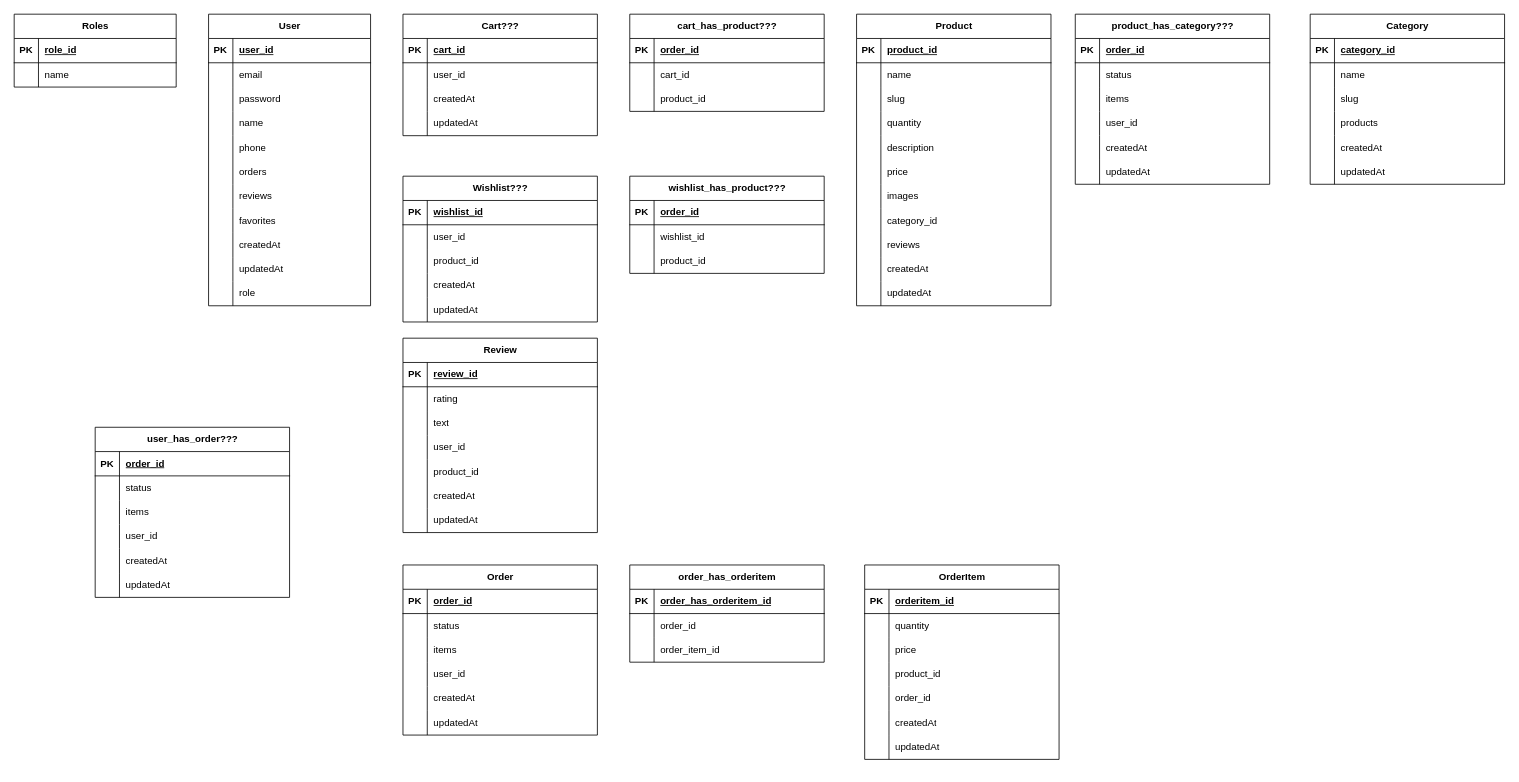
danilovvvladimir/quasar keeps this draw.io diagram as docs/ECommerce-ER.drawio. Above is the earlier version. Source tidied: cells renumbered, new cells numbered last; positions are measured from the earlier drawing's top-left corner, leaving out a move shared by most shapes. Both pictures are drawn from the tidied source at 81%, with x=0, y=0 at pixel (14, 14).
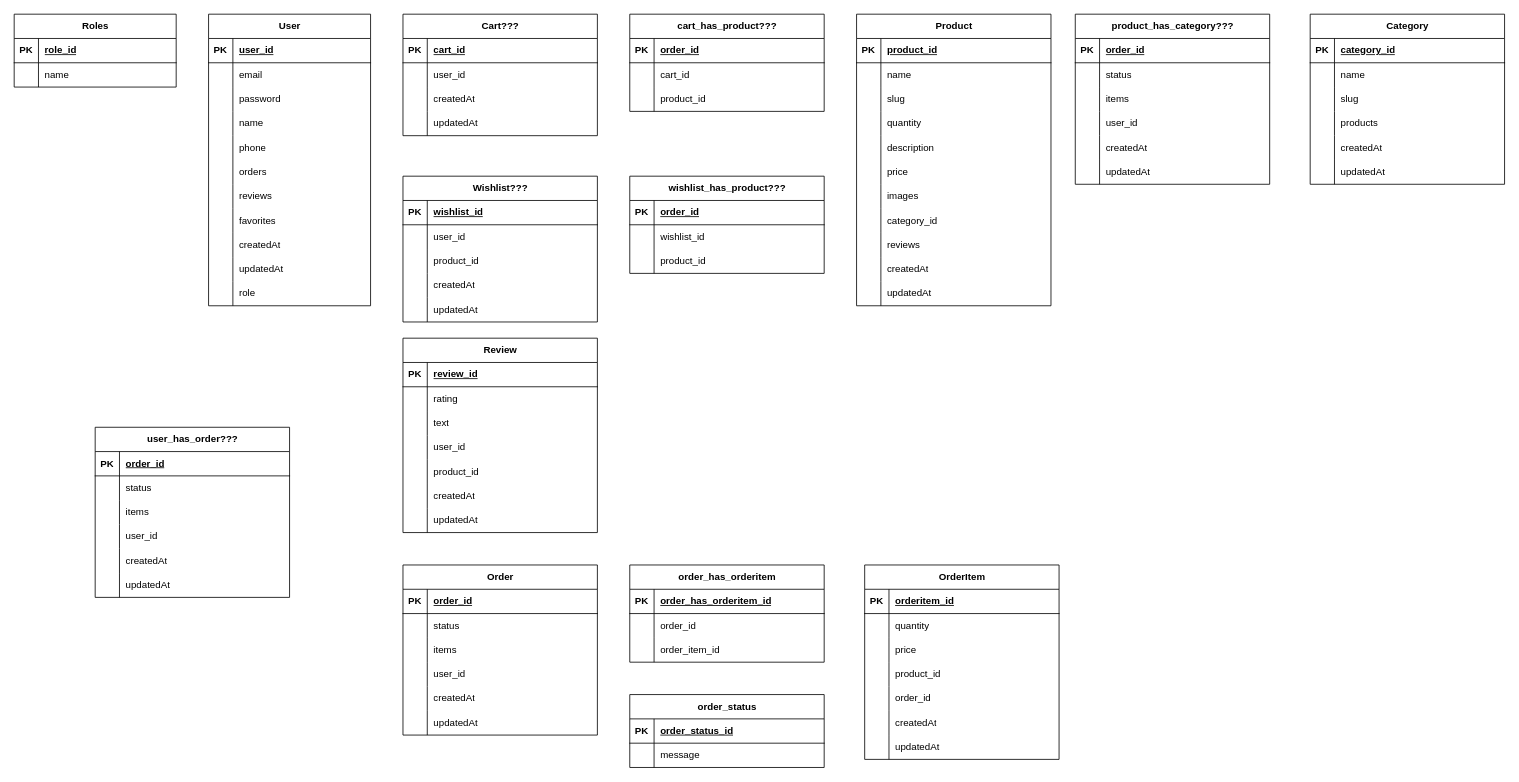
After the change.

Commit message:
ER добавил OrderStatus

The edit, as a diff of the source:
```diff
@@
+    <mxCell id="256" value="order_status" style="shape=table;startSize=30;childLayout=tableLayout;rowLines=0;fontStyle=1;align=center;html=1;" parent="1" vertex="1">
+      <mxGeometry x="760" y="840" width="240" height="90" as="geometry" />
+    </mxCell>
+    <mxCell id="257" style="shape=tableRow;horizontal=0;startSize=0;swimlaneHead=0;swimlaneBody=0;fillColor=none;top=0;left=0;right=0;bottom=1;" parent="256" vertex="1">
+      <mxGeometry y="30" width="240" height="30" as="geometry" />
+    </mxCell>
+    <mxCell id="258" value="PK" style="shape=partialRectangle;fillColor=none;top=0;left=0;bottom=0;right=0;fontStyle=1;overflow=hidden;whiteSpace=wrap;html=1;" parent="257" vertex="1">
+      <mxGeometry width="30" height="30" as="geometry" />
+    </mxCell>
+    <mxCell id="259" value="order_status_id" style="shape=partialRectangle;fillColor=none;top=0;left=0;bottom=0;right=0;align=left;spacingLeft=6;fontStyle=5;overflow=hidden;whiteSpace=wrap;html=1;" parent="257" vertex="1">
+      <mxGeometry x="30" width="210" height="30" as="geometry" />
+    </mxCell>
+    <mxCell id="260" style="shape=tableRow;horizontal=0;startSize=0;swimlaneHead=0;swimlaneBody=0;fillColor=none;top=0;left=0;right=0;bottom=0;" parent="256" vertex="1">
+      <mxGeometry y="60" width="240" height="30" as="geometry" />
+    </mxCell>
+    <mxCell id="261" style="shape=partialRectangle;fillColor=none;top=0;left=0;bottom=0;right=0;overflow=hidden;whiteSpace=wrap;html=1;" parent="260" vertex="1">
+      <mxGeometry width="30" height="30" as="geometry" />
+    </mxCell>
+    <mxCell id="262" value="message" style="shape=partialRectangle;fillColor=none;top=0;left=0;bottom=0;right=0;align=left;spacingLeft=6;overflow=hidden;whiteSpace=wrap;html=1;" parent="260" vertex="1">
+      <mxGeometry x="30" width="210" height="30" as="geometry" />
+    </mxCell>
```
